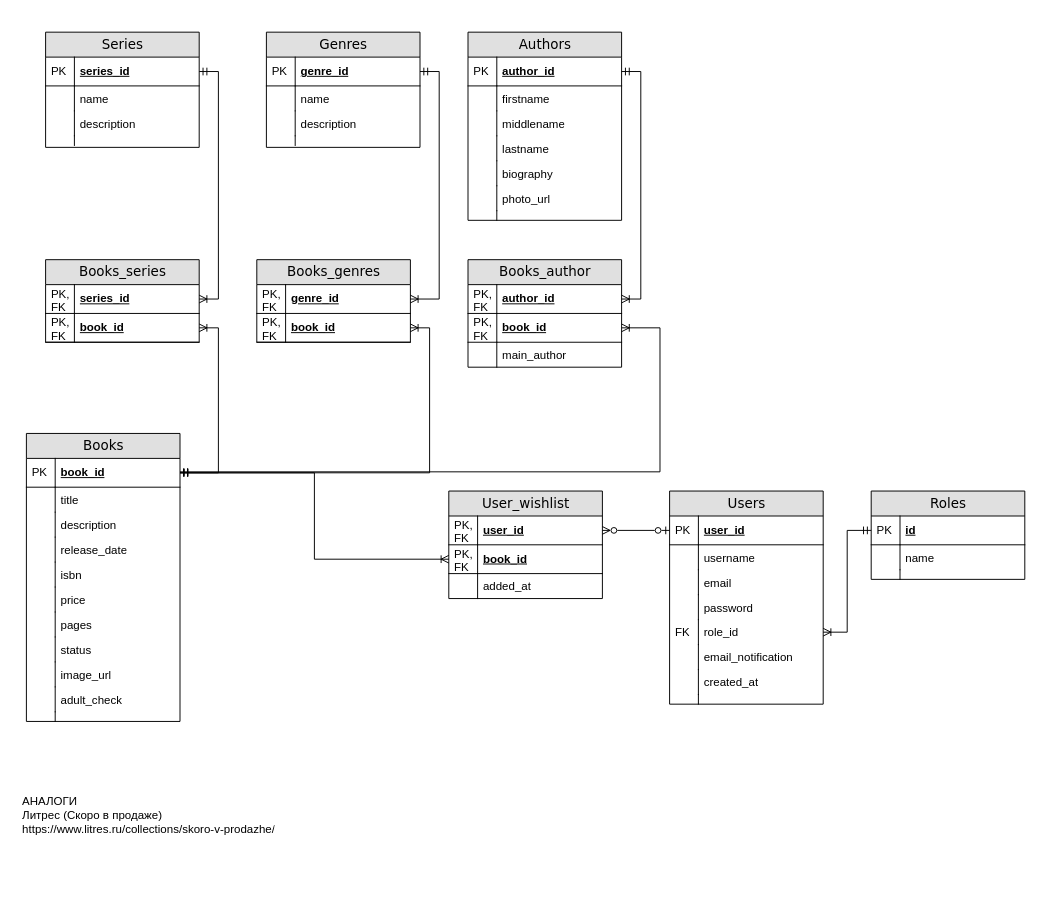
AknasMacefg/ITiABD keeps this draw.io diagram as Курс 3/СТП/infsys/MaslovAN_infsys.drawio. Above is the earlier version. Source tidied: cells renumbered, new cells numbered last; positions are measured from the earlier drawing's top-left corner, leaving out a move shared by most shapes. Both pictures are drawn from the tidied source at 96%, with x=0, y=0 at pixel (16, 32).
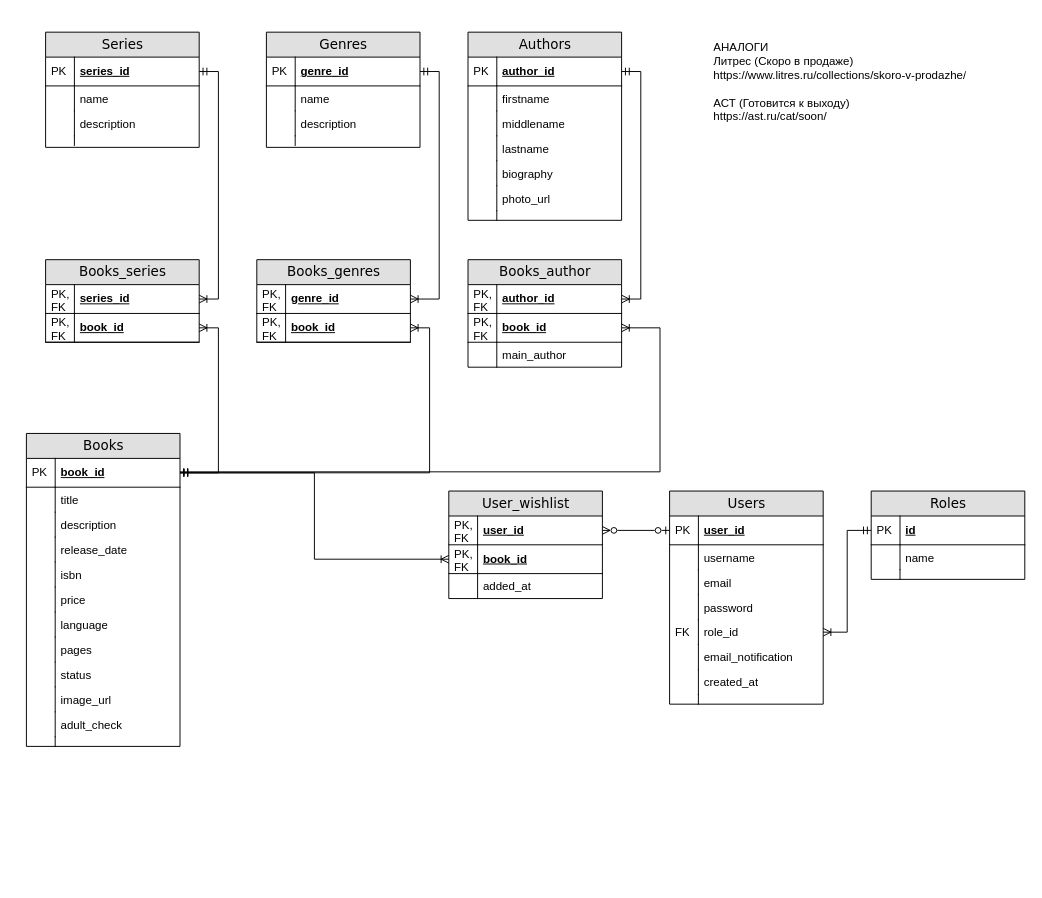
The same page after the edit.

The edit, as a diff of the source:
```diff
@@
     <mxCell id="27" value="Books" style="swimlane;html=1;fontStyle=0;horizontal=1;startSize=26;fillColor=#e0e0e0;swimlaneFillColor=#ffffff;align=center;rounded=0;shadow=0;comic=0;labelBackgroundColor=none;strokeWidth=1;fontFamily=Verdana;fontSize=14;" parent="1" vertex="1">
-      <mxGeometry x="10" y="418" width="160" height="300" as="geometry" />
+      <mxGeometry x="10" y="418" width="160" height="326" as="geometry" />
     </mxCell>
@@
+    <mxCell id="117" value="language" style="shape=partialRectangle;top=0;left=0;right=0;bottom=0;html=1;align=left;verticalAlign=top;fillColor=none;spacingLeft=34;spacingRight=4;whiteSpace=wrap;overflow=hidden;" parent="27" vertex="1">
+      <mxGeometry y="186" width="160" height="26" as="geometry" />
+    </mxCell>
+    <mxCell id="118" style="shape=partialRectangle;top=0;left=0;bottom=0;html=1;fillColor=none;align=left;verticalAlign=top;spacingLeft=4;spacingRight=4;whiteSpace=wrap;overflow=hidden;" parent="117" vertex="1">
+      <mxGeometry width="30" height="26" as="geometry" />
+    </mxCell>
     <mxCell id="40" value="pages" style="shape=partialRectangle;top=0;left=0;right=0;bottom=0;html=1;align=left;verticalAlign=top;fillColor=none;spacingLeft=34;spacingRight=4;whiteSpace=wrap;overflow=hidden;" parent="27" vertex="1">
-      <mxGeometry y="186" width="160" height="26" as="geometry" />
+      <mxGeometry y="212" width="160" height="26" as="geometry" />
     </mxCell>
@@
     <mxCell id="42" value="status" style="shape=partialRectangle;top=0;left=0;right=0;bottom=0;html=1;align=left;verticalAlign=top;fillColor=none;spacingLeft=34;spacingRight=4;whiteSpace=wrap;overflow=hidden;" parent="27" vertex="1">
-      <mxGeometry y="212" width="160" height="26" as="geometry" />
+      <mxGeometry y="238" width="160" height="26" as="geometry" />
     </mxCell>
@@
     <mxCell id="44" value="image_url" style="shape=partialRectangle;top=0;left=0;right=0;bottom=0;html=1;align=left;verticalAlign=top;fillColor=none;spacingLeft=34;spacingRight=4;whiteSpace=wrap;overflow=hidden;" parent="27" vertex="1">
-      <mxGeometry y="238" width="160" height="26" as="geometry" />
+      <mxGeometry y="264" width="160" height="26" as="geometry" />
     </mxCell>
@@
     <mxCell id="46" value="adult_check" style="shape=partialRectangle;top=0;left=0;right=0;bottom=0;html=1;align=left;verticalAlign=top;fillColor=none;spacingLeft=34;spacingRight=4;whiteSpace=wrap;overflow=hidden;" parent="27" vertex="1">
-      <mxGeometry y="264" width="160" height="26" as="geometry" />
+      <mxGeometry y="290" width="160" height="26" as="geometry" />
     </mxCell>
@@
     <mxCell id="48" style="shape=partialRectangle;top=0;left=0;right=0;bottom=0;html=1;align=left;verticalAlign=top;fillColor=none;spacingLeft=34;spacingRight=4;whiteSpace=wrap;overflow=hidden;" parent="27" vertex="1">
-      <mxGeometry y="290" width="160" height="10" as="geometry" />
+      <mxGeometry y="316" width="160" height="10" as="geometry" />
     </mxCell>
@@
-    <mxCell id="83" value="АНАЛОГИ&lt;div&gt;Литрес (Скоро в продаже)&amp;nbsp;&lt;br&gt;https://www.litres.ru/collections/skoro-v-prodazhe/&lt;/div&gt;" style="text;strokeColor=none;fillColor=none;align=left;verticalAlign=middle;spacingLeft=4;spacingRight=4;overflow=hidden;whiteSpace=wrap;html=1;" parent="1" vertex="1">
-      <mxGeometry y="748" width="330" height="136" as="geometry" />
+    <mxCell id="83" value="АНАЛОГИ&lt;div&gt;Литрес (Скоро в продаже)&amp;nbsp;&lt;br&gt;https://www.litres.ru/collections/skoro-v-prodazhe/&lt;br&gt;&lt;br&gt;АСТ (Готовится к выходу)&lt;br&gt;https://ast.ru/cat/soon/&lt;/div&gt;" style="text;strokeColor=none;fillColor=none;align=left;verticalAlign=middle;spacingLeft=4;spacingRight=4;overflow=hidden;whiteSpace=wrap;html=1;" parent="1" vertex="1">
+      <mxGeometry x="720" y="-16" width="330" height="136" as="geometry" />
     </mxCell>
```
